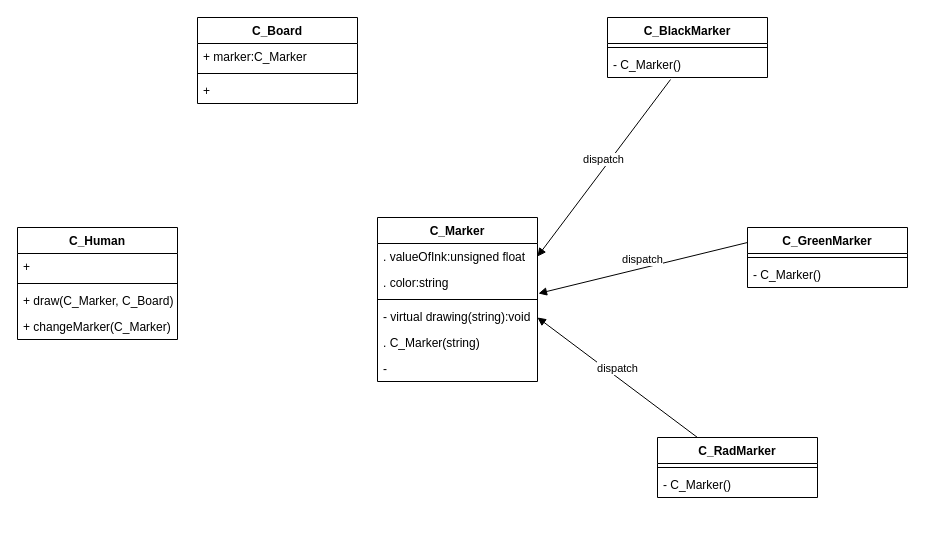
franchukkaterina/Draw-io keeps this draw.io diagram as DrawMarker.drawio. Above is the earlier version. Source tidied: cells renumbered, new cells numbered last; positions are measured from the earlier drawing's top-left corner, leaving out a move shared by most shapes. Both pictures are drawn from the tidied source at 100%, with x=0, y=0 at pixel (17, 17).
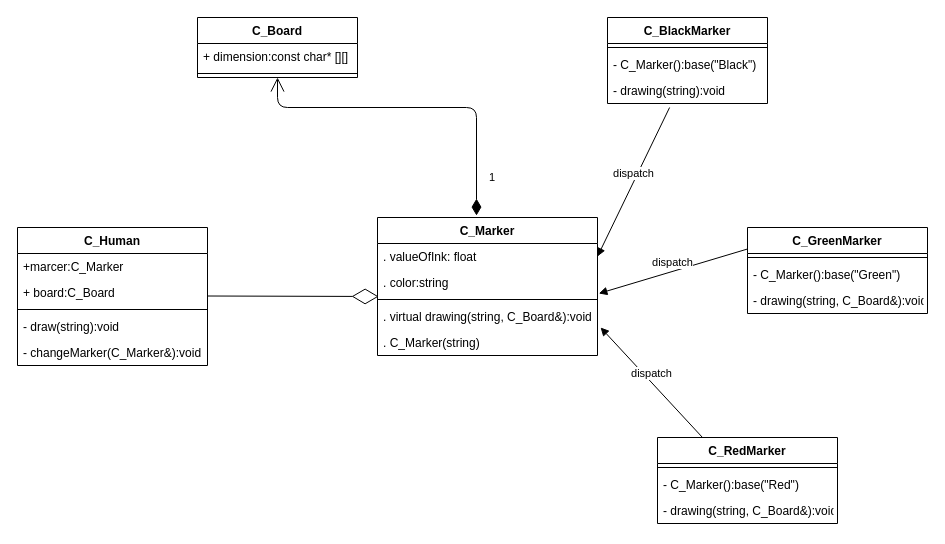
Above is the later version.

Diff of the diagram source:
```diff
@@
     <mxCell id="2" value="C_Marker" style="swimlane;fontStyle=1;align=center;verticalAlign=top;horizontal=1;startSize=26;" parent="1" vertex="1">
-      <mxGeometry x="360" y="200" width="160" height="164" as="geometry" />
+      <mxGeometry x="360" y="200" width="220" height="138" as="geometry" />
     </mxCell>
-    <mxCell id="3" value=". valueOfInk:unsigned float" style="text;strokeColor=none;fillColor=none;align=left;verticalAlign=top;spacingLeft=4;spacingRight=4;overflow=hidden;points=[[0,0.5],[1,0.5]];portConstraint=eastwest;" parent="2" vertex="1">
-      <mxGeometry y="26" width="160" height="26" as="geometry" />
+    <mxCell id="3" value=". valueOfInk: float" style="text;strokeColor=none;fillColor=none;align=left;verticalAlign=top;spacingLeft=4;spacingRight=4;overflow=hidden;points=[[0,0.5],[1,0.5]];portConstraint=eastwest;" parent="2" vertex="1">
+      <mxGeometry y="26" width="220" height="26" as="geometry" />
     </mxCell>
     <mxCell id="4" value=". color:string" style="text;strokeColor=none;fillColor=none;align=left;verticalAlign=top;spacingLeft=4;spacingRight=4;overflow=hidden;points=[[0,0.5],[1,0.5]];portConstraint=eastwest;" parent="2" vertex="1">
-      <mxGeometry y="52" width="160" height="26" as="geometry" />
+      <mxGeometry y="52" width="220" height="26" as="geometry" />
     </mxCell>
     <mxCell id="5" style="line;strokeWidth=1;fillColor=none;align=left;verticalAlign=middle;spacingTop=-1;spacingLeft=3;spacingRight=3;labelPosition=right;points=[];portConstraint=eastwest;" parent="2" vertex="1">
-      <mxGeometry y="78" width="160" height="8" as="geometry" />
+      <mxGeometry y="78" width="220" height="8" as="geometry" />
     </mxCell>
-    <mxCell id="6" value="- virtual drawing(string):void" style="text;strokeColor=none;fillColor=none;align=left;verticalAlign=top;spacingLeft=4;spacingRight=4;overflow=hidden;points=[[0,0.5],[1,0.5]];portConstraint=eastwest;" parent="2" vertex="1">
-      <mxGeometry y="86" width="160" height="26" as="geometry" />
+    <mxCell id="6" value=". virtual drawing(string, C_Board&amp;):void" style="text;strokeColor=none;fillColor=none;align=left;verticalAlign=top;spacingLeft=4;spacingRight=4;overflow=hidden;points=[[0,0.5],[1,0.5]];portConstraint=eastwest;" parent="2" vertex="1">
+      <mxGeometry y="86" width="220" height="26" as="geometry" />
     </mxCell>
     <mxCell id="7" value=". C_Marker(string)" style="text;strokeColor=none;fillColor=none;align=left;verticalAlign=top;spacingLeft=4;spacingRight=4;overflow=hidden;" parent="2" vertex="1">
-      <mxGeometry y="112" width="160" height="26" as="geometry" />
+      <mxGeometry y="112" width="220" height="26" as="geometry" />
     </mxCell>
-    <mxCell id="8" value="- " style="text;strokeColor=none;fillColor=none;align=left;verticalAlign=top;spacingLeft=4;spacingRight=4;overflow=hidden;" parent="2" vertex="1">
-      <mxGeometry y="138" width="160" height="26" as="geometry" />
-    </mxCell>
     <mxCell id="9" value="C_Board" style="swimlane;fontStyle=1;align=center;verticalAlign=top;horizontal=1;startSize=26;" parent="1" vertex="1">
-      <mxGeometry x="180" width="160" height="86" as="geometry" />
+      <mxGeometry x="180" width="160" height="60" as="geometry" />
     </mxCell>
-    <mxCell id="10" value="+ marker:C_Marker" style="text;strokeColor=none;fillColor=none;align=left;verticalAlign=top;spacingLeft=4;spacingRight=4;overflow=hidden;" parent="9" vertex="1">
+    <mxCell id="10" value="+ dimension:const char* [][]" style="text;strokeColor=none;fillColor=none;align=left;verticalAlign=top;spacingLeft=4;spacingRight=4;overflow=hidden;" parent="9" vertex="1">
       <mxGeometry y="26" width="160" height="26" as="geometry" />
     </mxCell>
@@
-    <mxCell id="12" value="+ " style="text;strokeColor=none;fillColor=none;align=left;verticalAlign=top;spacingLeft=4;spacingRight=4;overflow=hidden;" parent="9" vertex="1">
-      <mxGeometry y="60" width="160" height="26" as="geometry" />
-    </mxCell>
     <mxCell id="13" value="C_GreenMarker" style="swimlane;fontStyle=1;align=center;verticalAlign=top;horizontal=1;startSize=26;" parent="1" vertex="1">
-      <mxGeometry x="730" y="210" width="160" height="60" as="geometry" />
+      <mxGeometry x="730" y="210" width="180" height="86" as="geometry" />
     </mxCell>
     <mxCell id="14" style="line;strokeWidth=1;fillColor=none;align=left;verticalAlign=middle;spacingTop=-1;spacingLeft=3;spacingRight=3;labelPosition=right;" parent="13" vertex="1">
-      <mxGeometry y="26" width="160" height="8" as="geometry" />
+      <mxGeometry y="26" width="180" height="8" as="geometry" />
     </mxCell>
-    <mxCell id="15" value="- C_Marker()" style="text;strokeColor=none;fillColor=none;align=left;verticalAlign=top;spacingLeft=4;spacingRight=4;overflow=hidden;" parent="13" vertex="1">
-      <mxGeometry y="34" width="160" height="26" as="geometry" />
+    <mxCell id="15" value="- C_Marker():base(&quot;Green&quot;)" style="text;strokeColor=none;fillColor=none;align=left;verticalAlign=top;spacingLeft=4;spacingRight=4;overflow=hidden;" parent="13" vertex="1">
+      <mxGeometry y="34" width="180" height="26" as="geometry" />
     </mxCell>
+    <mxCell id="30" value="- drawing(string, C_Board&amp;):void" style="text;strokeColor=none;fillColor=none;align=left;verticalAlign=top;spacingLeft=4;spacingRight=4;overflow=hidden;" parent="13" vertex="1">
+      <mxGeometry y="60" width="180" height="26" as="geometry" />
+    </mxCell>
     <mxCell id="16" value="C_BlackMarker" style="swimlane;fontStyle=1;align=center;verticalAlign=top;horizontal=1;startSize=26;" parent="1" vertex="1">
-      <mxGeometry x="590" width="160" height="60" as="geometry" />
+      <mxGeometry x="590" width="160" height="86" as="geometry" />
     </mxCell>
@@
-    <mxCell id="18" value="- C_Marker()" style="text;strokeColor=none;fillColor=none;align=left;verticalAlign=top;spacingLeft=4;spacingRight=4;overflow=hidden;points=[[0,0.5],[1,0.5]];portConstraint=eastwest;" parent="16" vertex="1">
+    <mxCell id="18" value="- C_Marker():base(&quot;Black&quot;)" style="text;strokeColor=none;fillColor=none;align=left;verticalAlign=top;spacingLeft=4;spacingRight=4;overflow=hidden;points=[[0,0.5],[1,0.5]];portConstraint=eastwest;" parent="16" vertex="1">
       <mxGeometry y="34" width="160" height="26" as="geometry" />
     </mxCell>
+    <mxCell id="31" value="- drawing(string):void" style="text;strokeColor=none;fillColor=none;align=left;verticalAlign=top;spacingLeft=4;spacingRight=4;overflow=hidden;points=[[0,0.5],[1,0.5]];portConstraint=eastwest;" parent="16" vertex="1">
+      <mxGeometry y="60" width="160" height="26" as="geometry" />
+    </mxCell>
@@
-    <mxCell id="20" value="dispatch" style="html=1;verticalAlign=bottom;endArrow=block;exitX=0.394;exitY=1.077;exitDx=0;exitDy=0;exitPerimeter=0;entryX=1;entryY=0.5;entryDx=0;entryDy=0;" parent="1" edge="1" source="18" target="3">
+    <mxCell id="20" value="dispatch" style="html=1;verticalAlign=bottom;endArrow=block;exitX=0.388;exitY=1.154;exitDx=0;exitDy=0;exitPerimeter=0;entryX=1;entryY=0.5;entryDx=0;entryDy=0;" parent="1" edge="1" source="31" target="3">
       <mxGeometry relative="1" as="geometry" />
     </mxCell>
-    <mxCell id="21" value="dispatch" style="html=1;verticalAlign=bottom;endArrow=block;exitX=0.25;exitY=0;exitDx=0;exitDy=0;" parent="1" edge="1" source="22">
-      <mxGeometry relative="1" as="geometry">
-        <mxPoint x="520" y="300" as="targetPoint" />
-      </mxGeometry>
+    <mxCell id="21" value="dispatch" style="html=1;verticalAlign=bottom;endArrow=block;exitX=0.25;exitY=0;exitDx=0;exitDy=0;entryX=1.014;entryY=0.923;entryDx=0;entryDy=0;entryPerimeter=0;" parent="1" edge="1" source="22" target="6">
+      <mxGeometry relative="1" as="geometry" />
     </mxCell>
-    <mxCell id="22" value="C_RadMarker" style="swimlane;fontStyle=1;align=center;verticalAlign=top;horizontal=1;startSize=26;" parent="1" vertex="1">
-      <mxGeometry x="640" y="420" width="160" height="60" as="geometry" />
+    <mxCell id="22" value="C_RedMarker" style="swimlane;fontStyle=1;align=center;verticalAlign=top;horizontal=1;startSize=26;" parent="1" vertex="1">
+      <mxGeometry x="640" y="420" width="180" height="86" as="geometry" />
     </mxCell>
     <mxCell id="23" style="line;strokeWidth=1;fillColor=none;align=left;verticalAlign=middle;spacingTop=-1;spacingLeft=3;spacingRight=3;labelPosition=right;" parent="22" vertex="1">
-      <mxGeometry y="26" width="160" height="8" as="geometry" />
+      <mxGeometry y="26" width="180" height="8" as="geometry" />
     </mxCell>
-    <mxCell id="24" value="- C_Marker()" style="text;strokeColor=none;fillColor=none;align=left;verticalAlign=top;spacingLeft=4;spacingRight=4;overflow=hidden;" parent="22" vertex="1">
-      <mxGeometry y="34" width="160" height="26" as="geometry" />
+    <mxCell id="24" value="- C_Marker():base(&quot;Red&quot;)" style="text;strokeColor=none;fillColor=none;align=left;verticalAlign=top;spacingLeft=4;spacingRight=4;overflow=hidden;" parent="22" vertex="1">
+      <mxGeometry y="34" width="180" height="26" as="geometry" />
     </mxCell>
+    <mxCell id="32" value="- drawing(string, C_Board&amp;):void" style="text;strokeColor=none;fillColor=none;align=left;verticalAlign=top;spacingLeft=4;spacingRight=4;overflow=hidden;" parent="22" vertex="1">
+      <mxGeometry y="60" width="180" height="26" as="geometry" />
+    </mxCell>
     <mxCell id="25" value="C_Human" style="swimlane;fontStyle=1;align=center;verticalAlign=top;horizontal=1;startSize=26;" parent="1" vertex="1">
-      <mxGeometry y="210" width="160" height="112" as="geometry" />
+      <mxGeometry y="210" width="190" height="138" as="geometry" />
     </mxCell>
-    <mxCell id="26" value="+" style="text;strokeColor=none;fillColor=none;align=left;verticalAlign=top;spacingLeft=4;spacingRight=4;overflow=hidden;" parent="25" vertex="1">
-      <mxGeometry y="26" width="160" height="26" as="geometry" />
+    <mxCell id="26" value="+marcer:C_Marker" style="text;strokeColor=none;fillColor=none;align=left;verticalAlign=top;spacingLeft=4;spacingRight=4;overflow=hidden;" parent="25" vertex="1">
+      <mxGeometry y="26" width="190" height="26" as="geometry" />
     </mxCell>
+    <mxCell id="33" value="+ board:C_Board" style="text;strokeColor=none;fillColor=none;align=left;verticalAlign=top;spacingLeft=4;spacingRight=4;overflow=hidden;" parent="25" vertex="1">
+      <mxGeometry y="52" width="190" height="26" as="geometry" />
+    </mxCell>
     <mxCell id="27" style="line;strokeWidth=1;fillColor=none;align=left;verticalAlign=middle;spacingTop=-1;spacingLeft=3;spacingRight=3;labelPosition=right;" parent="25" vertex="1">
-      <mxGeometry y="52" width="160" height="8" as="geometry" />
+      <mxGeometry y="78" width="190" height="8" as="geometry" />
     </mxCell>
-    <mxCell id="28" value="+ draw(C_Marker, C_Board)" style="text;strokeColor=none;fillColor=none;align=left;verticalAlign=top;spacingLeft=4;spacingRight=4;overflow=hidden;" parent="25" vertex="1">
-      <mxGeometry y="60" width="160" height="26" as="geometry" />
+    <mxCell id="28" value="- draw(string):void" style="text;strokeColor=none;fillColor=none;align=left;verticalAlign=top;spacingLeft=4;spacingRight=4;overflow=hidden;" parent="25" vertex="1">
+      <mxGeometry y="86" width="190" height="26" as="geometry" />
     </mxCell>
-    <mxCell id="29" value="+ changeMarker(C_Marker)" style="text;strokeColor=none;fillColor=none;align=left;verticalAlign=top;spacingLeft=4;spacingRight=4;overflow=hidden;" parent="25" vertex="1">
-      <mxGeometry y="86" width="160" height="26" as="geometry" />
+    <mxCell id="29" value="- changeMarker(C_Marker&amp;):void" style="text;strokeColor=none;fillColor=none;align=left;verticalAlign=top;spacingLeft=4;spacingRight=4;overflow=hidden;" parent="25" vertex="1">
+      <mxGeometry y="112" width="190" height="26" as="geometry" />
     </mxCell>
+    <mxCell id="34" style="endArrow=diamondThin;endFill=0;endSize=24;html=1;entryX=0.005;entryY=0.125;entryDx=0;entryDy=0;entryPerimeter=0;" parent="1" edge="1" target="5">
+      <mxGeometry relative="1" as="geometry">
+        <mxPoint x="190" y="278.5" as="sourcePoint" />
+      </mxGeometry>
+    </mxCell>
+    <mxCell id="35" value="1" style="endArrow=open;html=1;endSize=12;startArrow=diamondThin;startSize=14;startFill=1;edgeStyle=orthogonalEdgeStyle;align=left;verticalAlign=bottom;exitX=0.45;exitY=-0.014;exitDx=0;exitDy=0;exitPerimeter=0;" parent="1" edge="1" source="2">
+      <mxGeometry x="-0.83" y="-11" relative="1" as="geometry">
+        <mxPoint x="260" y="60" as="targetPoint" />
+        <Array as="points">
+          <mxPoint x="459" y="90" />
+          <mxPoint x="260" y="90" />
+        </Array>
+      </mxGeometry>
+    </mxCell>
```
